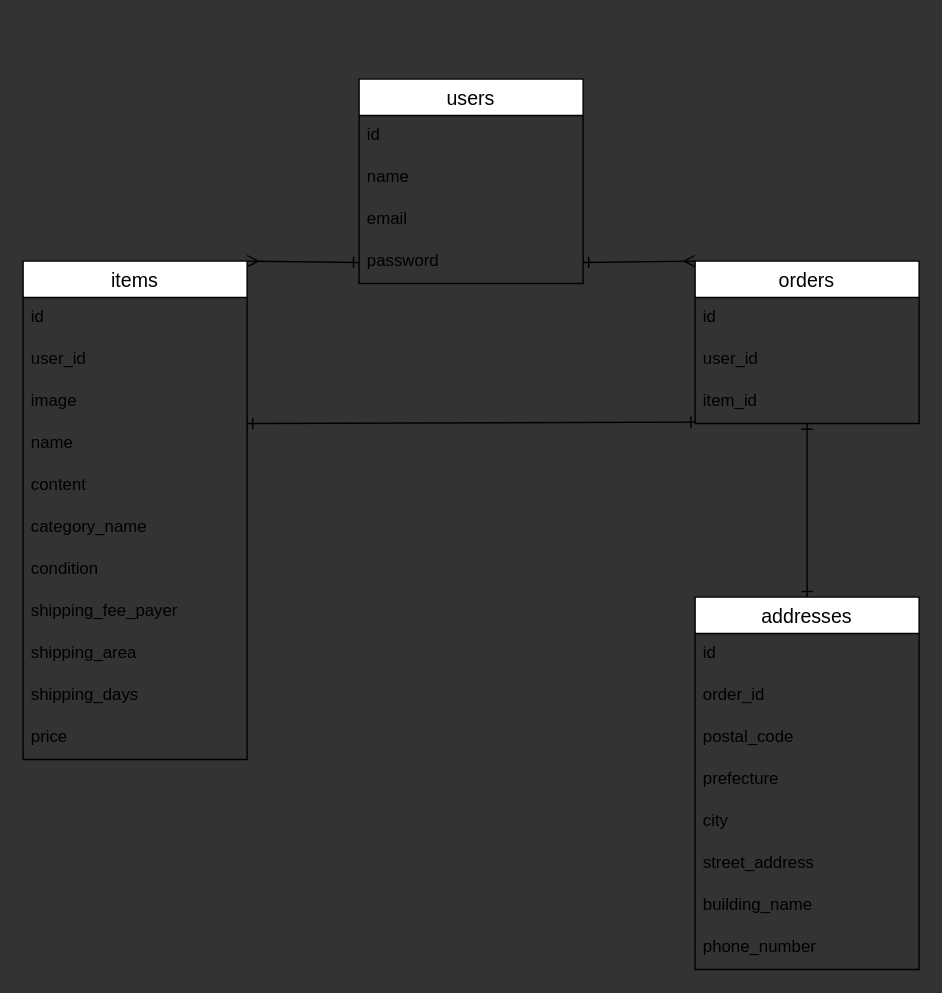
Above: furima.dio in natsuko-shibayama/furima-39274 (draw.io), before the change. Source tidied: cells renumbered, new cells numbered last; positions are measured from the earlier drawing's top-left corner, leaving out a move shared by most shapes. Both pictures are drawn from the tidied source at 140%, with x=0, y=0 at pixel (22, 78).
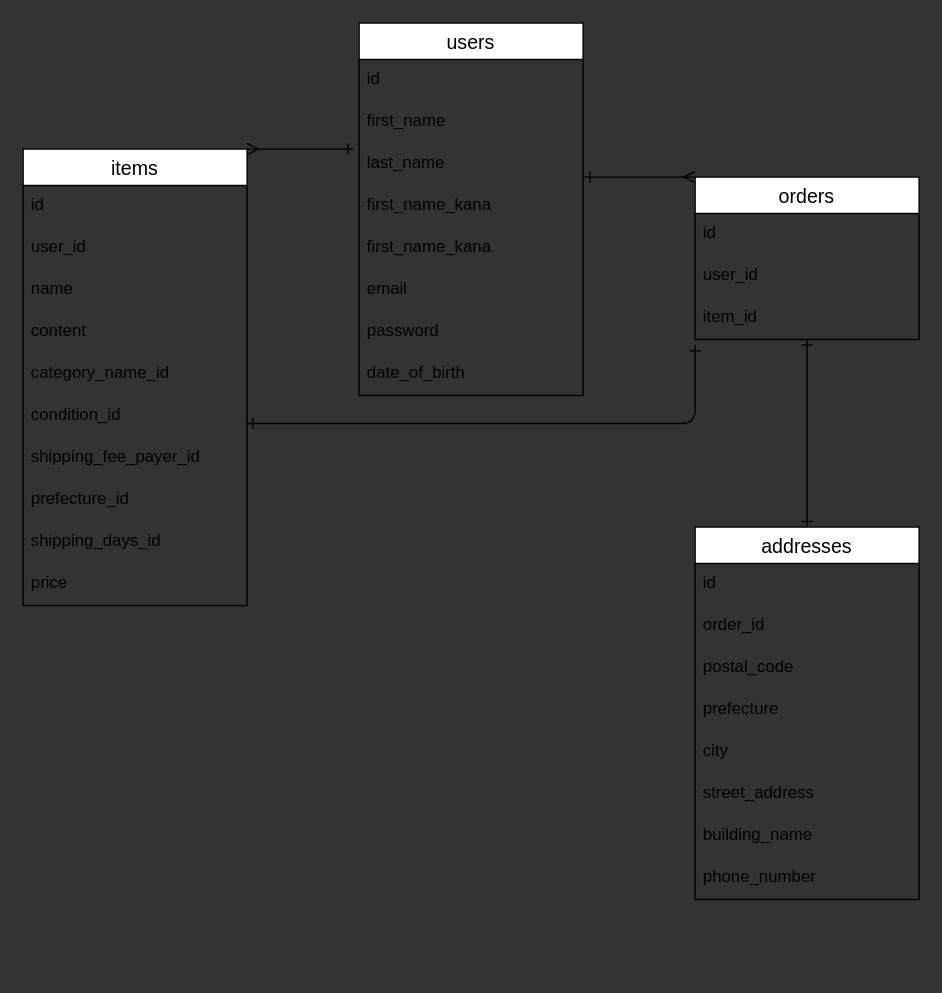
Above is the later version.

The change refers to these unchanged cells:
```xml
<mxCell id="32" value="item_id" style="text;strokeColor=none;fillColor=none;spacingLeft=4;spacingRight=4;overflow=hidden;points=[[0,0.5],[1,0.5]];portConstraint=eastwest;fontSize=12;" parent="29" vertex="1">
  <mxGeometry y="86" width="160" height="30" as="geometry" />
</mxCell>
```

Diff of the diagram source:
```diff
@@
     <mxCell id="2" value="users" style="swimlane;fontStyle=0;horizontal=1;startSize=26;align=center;fontSize=14;" parent="1" vertex="1">
-      <mxGeometry x="240" width="160" height="146" as="geometry" />
+      <mxGeometry x="240" y="-40" width="160" height="266" as="geometry" />
     </mxCell>
@@
-    <mxCell id="4" value="name" style="text;strokeColor=none;fillColor=none;spacingLeft=4;spacingRight=4;overflow=hidden;fontSize=12;" parent="2" vertex="1">
+    <mxCell id="4" value="first_name" style="text;strokeColor=none;fillColor=none;spacingLeft=4;spacingRight=4;overflow=hidden;fontSize=12;" parent="2" vertex="1">
       <mxGeometry y="56" width="160" height="30" as="geometry" />
     </mxCell>
+    <mxCell id="36" value="last_name" style="text;strokeColor=none;fillColor=none;spacingLeft=4;spacingRight=4;overflow=hidden;points=[[0,0.5],[1,0.5]];portConstraint=eastwest;fontSize=12;" parent="2" vertex="1">
+      <mxGeometry y="86" width="160" height="30" as="geometry" />
+    </mxCell>
+    <mxCell id="37" value="first_name_kana" style="text;strokeColor=none;fillColor=none;spacingLeft=4;spacingRight=4;overflow=hidden;fontSize=12;" parent="2" vertex="1">
+      <mxGeometry y="116" width="160" height="30" as="geometry" />
+    </mxCell>
+    <mxCell id="38" value="first_name_kana" style="text;strokeColor=none;fillColor=none;spacingLeft=4;spacingRight=4;overflow=hidden;fontSize=12;" parent="2" vertex="1">
+      <mxGeometry y="146" width="160" height="30" as="geometry" />
+    </mxCell>
     <mxCell id="5" value="email" style="text;strokeColor=none;fillColor=none;spacingLeft=4;spacingRight=4;overflow=hidden;fontSize=12;" parent="2" vertex="1">
-      <mxGeometry y="86" width="160" height="30" as="geometry" />
+      <mxGeometry y="176" width="160" height="30" as="geometry" />
     </mxCell>
     <mxCell id="6" value="password" style="text;strokeColor=none;fillColor=none;spacingLeft=4;spacingRight=4;overflow=hidden;points=[[0,0.5],[1,0.5]];portConstraint=eastwest;fontSize=12;" parent="2" vertex="1">
-      <mxGeometry y="116" width="160" height="30" as="geometry" />
+      <mxGeometry y="206" width="160" height="30" as="geometry" />
     </mxCell>
+    <mxCell id="39" value="date_of_birth" style="text;strokeColor=none;fillColor=none;spacingLeft=4;spacingRight=4;overflow=hidden;fontSize=12;" parent="2" vertex="1">
+      <mxGeometry y="236" width="160" height="30" as="geometry" />
+    </mxCell>
     <mxCell id="7" value="items" style="swimlane;fontStyle=0;horizontal=1;startSize=26;align=center;fontSize=14;" parent="1" vertex="1">
-      <mxGeometry y="130" width="160" height="356" as="geometry" />
+      <mxGeometry y="50" width="160" height="326" as="geometry" />
     </mxCell>
@@
-    <mxCell id="10" value="image" style="text;strokeColor=none;fillColor=none;spacingLeft=4;spacingRight=4;overflow=hidden;fontSize=12;" parent="7" vertex="1">
-      <mxGeometry y="86" width="160" height="30" as="geometry" />
-    </mxCell>
     <mxCell id="11" value="name" style="text;strokeColor=none;fillColor=none;spacingLeft=4;spacingRight=4;overflow=hidden;fontSize=12;" parent="7" vertex="1">
-      <mxGeometry y="116" width="160" height="30" as="geometry" />
+      <mxGeometry y="86" width="160" height="30" as="geometry" />
     </mxCell>
     <mxCell id="12" value="content" style="text;strokeColor=none;fillColor=none;spacingLeft=4;spacingRight=4;overflow=hidden;fontSize=12;" parent="7" vertex="1">
-      <mxGeometry y="146" width="160" height="30" as="geometry" />
+      <mxGeometry y="116" width="160" height="30" as="geometry" />
     </mxCell>
-    <mxCell id="13" value="category_name" style="text;strokeColor=none;fillColor=none;spacingLeft=4;spacingRight=4;overflow=hidden;fontSize=12;" parent="7" vertex="1">
-      <mxGeometry y="176" width="160" height="30" as="geometry" />
+    <mxCell id="13" value="category_name_id" style="text;strokeColor=none;fillColor=none;spacingLeft=4;spacingRight=4;overflow=hidden;fontSize=12;" parent="7" vertex="1">
+      <mxGeometry y="146" width="160" height="30" as="geometry" />
     </mxCell>
-    <mxCell id="14" value="condition" style="text;strokeColor=none;fillColor=none;spacingLeft=4;spacingRight=4;overflow=hidden;fontSize=12;" parent="7" vertex="1">
-      <mxGeometry y="206" width="160" height="30" as="geometry" />
+    <mxCell id="14" value="condition_id" style="text;strokeColor=none;fillColor=none;spacingLeft=4;spacingRight=4;overflow=hidden;fontSize=12;" parent="7" vertex="1">
+      <mxGeometry y="176" width="160" height="30" as="geometry" />
     </mxCell>
-    <mxCell id="15" value="shipping_fee_payer" style="text;strokeColor=none;fillColor=none;spacingLeft=4;spacingRight=4;overflow=hidden;fontSize=12;" parent="7" vertex="1">
-      <mxGeometry y="236" width="160" height="30" as="geometry" />
+    <mxCell id="15" value="shipping_fee_payer_id" style="text;strokeColor=none;fillColor=none;spacingLeft=4;spacingRight=4;overflow=hidden;fontSize=12;" parent="7" vertex="1">
+      <mxGeometry y="206" width="160" height="30" as="geometry" />
     </mxCell>
-    <mxCell id="16" value="shipping_area" style="text;strokeColor=none;fillColor=none;spacingLeft=4;spacingRight=4;overflow=hidden;fontSize=12;" parent="7" vertex="1">
-      <mxGeometry y="266" width="160" height="30" as="geometry" />
+    <mxCell id="16" value="prefecture_id" style="text;strokeColor=none;fillColor=none;spacingLeft=4;spacingRight=4;overflow=hidden;fontSize=12;" parent="7" vertex="1">
+      <mxGeometry y="236" width="160" height="30" as="geometry" />
     </mxCell>
-    <mxCell id="17" value="shipping_days" style="text;strokeColor=none;fillColor=none;spacingLeft=4;spacingRight=4;overflow=hidden;fontSize=12;" parent="7" vertex="1">
-      <mxGeometry y="296" width="160" height="30" as="geometry" />
+    <mxCell id="17" value="shipping_days_id" style="text;strokeColor=none;fillColor=none;spacingLeft=4;spacingRight=4;overflow=hidden;fontSize=12;" parent="7" vertex="1">
+      <mxGeometry y="266" width="160" height="30" as="geometry" />
     </mxCell>
     <mxCell id="18" value="price" style="text;strokeColor=none;fillColor=none;spacingLeft=4;spacingRight=4;overflow=hidden;fontSize=12;" parent="7" vertex="1">
-      <mxGeometry y="326" width="160" height="30" as="geometry" />
+      <mxGeometry y="296" width="160" height="30" as="geometry" />
     </mxCell>
@@
     <mxCell id="20" value="addresses" style="swimlane;fontStyle=0;horizontal=1;startSize=26;align=center;fontSize=14;" parent="1" vertex="1">
-      <mxGeometry x="480" y="370" width="160" height="266" as="geometry" />
+      <mxGeometry x="480" y="320" width="160" height="266" as="geometry" />
     </mxCell>
@@
     <mxCell id="29" value="orders" style="swimlane;fontStyle=0;horizontal=1;startSize=26;align=center;fontSize=14;" parent="1" vertex="1">
-      <mxGeometry x="480" y="130" width="160" height="116" as="geometry" />
+      <mxGeometry x="480" y="70" width="160" height="116" as="geometry" />
     </mxCell>
@@
-    <mxCell id="33" style="edgeStyle=none;html=1;exitX=1;exitY=0.5;exitDx=0;exitDy=0;entryX=0;entryY=0;entryDx=0;entryDy=0;startArrow=ERone;startFill=0;endArrow=ERmany;endFill=0;" parent="1" edge="1" source="6" target="29">
+    <mxCell id="33" style="edgeStyle=none;html=1;exitX=1.006;exitY=0.8;exitDx=0;exitDy=0;entryX=0;entryY=0;entryDx=0;entryDy=0;startArrow=ERone;startFill=0;endArrow=ERmany;endFill=0;exitPerimeter=0;" parent="1" edge="1" source="36" target="29">
       <mxGeometry relative="1" as="geometry" />
     </mxCell>
-    <mxCell id="34" style="edgeStyle=none;html=1;exitX=0;exitY=0.5;exitDx=0;exitDy=0;entryX=1;entryY=0;entryDx=0;entryDy=0;startArrow=ERone;startFill=0;endArrow=ERmany;endFill=0;" parent="1" edge="1" source="6" target="7">
+    <mxCell id="34" style="edgeStyle=none;html=1;exitX=-0.025;exitY=0.133;exitDx=0;exitDy=0;entryX=1;entryY=0;entryDx=0;entryDy=0;startArrow=ERone;startFill=0;endArrow=ERmany;endFill=0;exitPerimeter=0;" parent="1" edge="1" source="36" target="7">
       <mxGeometry relative="1" as="geometry" />
     </mxCell>
-    <mxCell id="35" style="edgeStyle=none;html=1;startArrow=ERone;startFill=0;endArrow=ERone;endFill=0;entryX=0.006;entryY=0.967;entryDx=0;entryDy=0;entryPerimeter=0;" parent="1" edge="1" target="32">
+    <mxCell id="35" style="edgeStyle=none;html=1;startArrow=ERone;startFill=0;endArrow=ERone;endFill=0;" parent="1" edge="1">
       <mxGeometry relative="1" as="geometry">
         <mxPoint x="160" y="246" as="sourcePoint" />
+        <mxPoint x="480" y="190" as="targetPoint" />
+        <Array as="points">
+          <mxPoint x="480" y="246" />
+        </Array>
       </mxGeometry>
     </mxCell>
```
